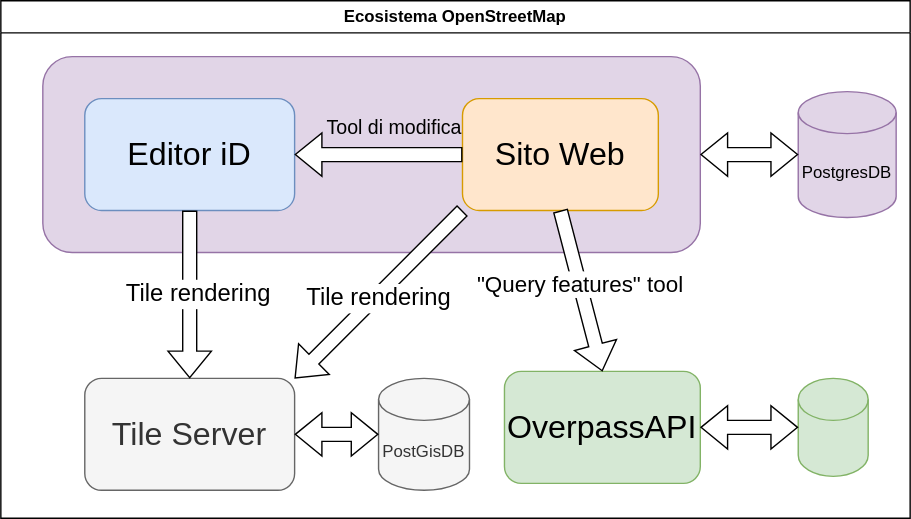
Earlier version of the draw.io export doc/images/diagramma-a-blocchi.svg (disit/OSM-for-snap4city). Source tidied: cells renumbered, new cells last; positions are measured from the earlier drawing's top-left corner, leaving out a move shared by most shapes. Source of this version:
```xml
<mxGraphModel>
  <root>
    <mxCell id="0" />
    <mxCell id="1" parent="0" />
    <mxCell id="2" value="&lt;div&gt;Ecosistema OpenStreetMap&lt;/div&gt;" style="swimlane;whiteSpace=wrap;html=1;" parent="1" vertex="1">
      <mxGeometry width="650" height="370" as="geometry" />
    </mxCell>
    <mxCell id="3" style="rounded=1;whiteSpace=wrap;html=1;fillColor=#e1d5e7;strokeColor=#9673a6;" parent="2" vertex="1">
      <mxGeometry x="30" y="40" width="470" height="140" as="geometry" />
    </mxCell>
    <mxCell id="4" value="&lt;div style=&quot;font-size: 13px;&quot;&gt;&lt;font style=&quot;font-size: 23px;&quot;&gt;Editor iD&lt;/font&gt;&lt;/div&gt;" style="rounded=1;whiteSpace=wrap;html=1;fillColor=#dae8fc;strokeColor=#6c8ebf;" parent="2" vertex="1">
      <mxGeometry x="60" y="70" width="150" height="80" as="geometry" />
    </mxCell>
    <mxCell id="5" value="&lt;div style=&quot;font-size: 13px;&quot;&gt;&lt;font style=&quot;font-size: 23px;&quot;&gt;Sito Web&lt;/font&gt;&lt;/div&gt;" style="rounded=1;whiteSpace=wrap;html=1;fillColor=#ffe6cc;strokeColor=#d79b00;" parent="2" vertex="1">
      <mxGeometry x="330" y="70" width="140" height="80" as="geometry" />
    </mxCell>
    <mxCell id="6" value="&lt;div style=&quot;font-size: 20px;&quot;&gt;&lt;font style=&quot;font-size: 23px;&quot;&gt;Tile Server&lt;/font&gt;&lt;/div&gt;" style="rounded=1;whiteSpace=wrap;html=1;fillColor=#f5f5f5;fontColor=#333333;strokeColor=#666666;" parent="2" vertex="1">
      <mxGeometry x="60" y="270" width="150" height="80" as="geometry" />
    </mxCell>
    <mxCell id="7" value="&lt;font style=&quot;font-size: 23px;&quot;&gt;OverpassAPI&lt;/font&gt;" style="rounded=1;whiteSpace=wrap;html=1;fillColor=#d5e8d4;strokeColor=#82b366;" parent="2" vertex="1">
      <mxGeometry x="360" y="265" width="140" height="80" as="geometry" />
    </mxCell>
    <mxCell id="8" style="shape=flexArrow;endArrow=classic;html=1;rounded=0;entryX=1;entryY=0.5;entryDx=0;entryDy=0;exitX=0;exitY=0.5;exitDx=0;exitDy=0;fillColor=default;" parent="2" edge="1" source="5" target="4">
      <mxGeometry relative="1" as="geometry" />
    </mxCell>
    <mxCell id="9" value="&lt;div style=&quot;font-size: 14px;&quot;&gt;Tool di modifica&lt;/div&gt;" style="edgeLabel;html=1;align=center;verticalAlign=middle;fontSize=14;labelBackgroundColor=none;" parent="8" vertex="1">
      <mxGeometry x="-0.1" y="3" relative="1" as="geometry">
        <mxPoint x="4" y="-23" as="offset" />
      </mxGeometry>
    </mxCell>
    <mxCell id="10" style="shape=flexArrow;endArrow=classic;html=1;rounded=0;entryX=0.5;entryY=0;entryDx=0;entryDy=0;exitX=0.5;exitY=1;exitDx=0;exitDy=0;fontSize=18;fillColor=default;" parent="2" edge="1" source="5" target="7">
      <mxGeometry relative="1" as="geometry" />
    </mxCell>
    <mxCell id="11" value="&lt;div style=&quot;font-size: 16px;&quot;&gt;&quot;Query features&quot; tool&lt;/div&gt;" style="edgeLabel;html=1;align=center;verticalAlign=middle;fontSize=16;labelBackgroundColor=default;" parent="10" vertex="1">
      <mxGeometry x="-0.08" relative="1" as="geometry" />
    </mxCell>
    <mxCell id="12" style="shape=flexArrow;endArrow=classic;html=1;rounded=0;entryX=1;entryY=0;entryDx=0;entryDy=0;exitX=0;exitY=1;exitDx=0;exitDy=0;fontSize=10;fillColor=default;" parent="2" edge="1" source="5" target="6">
      <mxGeometry relative="1" as="geometry" />
    </mxCell>
    <mxCell id="13" value="U" style="edgeLabel;html=1;align=center;verticalAlign=middle;" parent="12" vertex="1">
      <mxGeometry x="0.05" y="1" relative="1" as="geometry" />
    </mxCell>
    <mxCell id="14" value="&lt;div style=&quot;font-size: 17px;&quot;&gt;Tile rendering&lt;/div&gt;" style="edgeLabel;html=1;align=center;verticalAlign=middle;fontSize=17;" parent="12" vertex="1">
      <mxGeometry x="0.03" y="1" relative="1" as="geometry" />
    </mxCell>
    <mxCell id="15" style="shape=flexArrow;endArrow=classic;html=1;rounded=0;entryX=0.5;entryY=0;entryDx=0;entryDy=0;exitX=0.5;exitY=1;exitDx=0;exitDy=0;fillColor=default;" parent="2" edge="1" source="4" target="6">
      <mxGeometry relative="1" as="geometry" />
    </mxCell>
    <mxCell id="16" value="&lt;div style=&quot;font-size: 17px;&quot;&gt;Tile rendering&lt;/div&gt;" style="edgeLabel;html=1;align=center;verticalAlign=middle;fontSize=17;" parent="15" vertex="1">
      <mxGeometry x="-0.02" y="5" relative="1" as="geometry" />
    </mxCell>
    <mxCell id="17" value="&lt;div&gt;PostgresDB&lt;/div&gt;" style="shape=cylinder3;whiteSpace=wrap;html=1;boundedLbl=1;backgroundOutline=1;size=15;fillColor=#e1d5e7;strokeColor=#9673a6;" parent="2" vertex="1">
      <mxGeometry x="570" y="65" width="70" height="90" as="geometry" />
    </mxCell>
    <mxCell id="18" value="PostGisDB" style="shape=cylinder3;whiteSpace=wrap;html=1;boundedLbl=1;backgroundOutline=1;size=15;fillColor=#f5f5f5;fontColor=#333333;strokeColor=#666666;" parent="2" vertex="1">
      <mxGeometry x="270" y="270" width="65" height="80" as="geometry" />
    </mxCell>
    <mxCell id="19" style="shape=flexArrow;endArrow=classic;startArrow=classic;html=1;rounded=0;exitX=1;exitY=0.5;exitDx=0;exitDy=0;entryX=0;entryY=0.5;entryDx=0;entryDy=0;entryPerimeter=0;fillColor=default;" parent="2" edge="1" source="6" target="18">
      <mxGeometry relative="1" as="geometry" />
    </mxCell>
    <mxCell id="20" style="shape=flexArrow;endArrow=classic;startArrow=classic;html=1;rounded=0;entryX=0;entryY=0.5;entryDx=0;entryDy=0;entryPerimeter=0;exitX=1;exitY=0.5;exitDx=0;exitDy=0;fillColor=default;" parent="2" edge="1" source="3" target="17">
      <mxGeometry relative="1" as="geometry" />
    </mxCell>
    <mxCell id="21" style="shape=cylinder3;whiteSpace=wrap;html=1;boundedLbl=1;backgroundOutline=1;size=15;fillColor=#d5e8d4;strokeColor=#82b366;" parent="2" vertex="1">
      <mxGeometry x="570" y="270" width="50" height="70" as="geometry" />
    </mxCell>
    <mxCell id="22" style="shape=flexArrow;endArrow=classic;startArrow=classic;html=1;rounded=0;exitX=1;exitY=0.5;exitDx=0;exitDy=0;entryX=0;entryY=0.5;entryDx=0;entryDy=0;entryPerimeter=0;fillColor=default;" parent="2" edge="1" source="7" target="21">
      <mxGeometry relative="1" as="geometry" />
    </mxCell>
  </root>
</mxGraphModel>
```
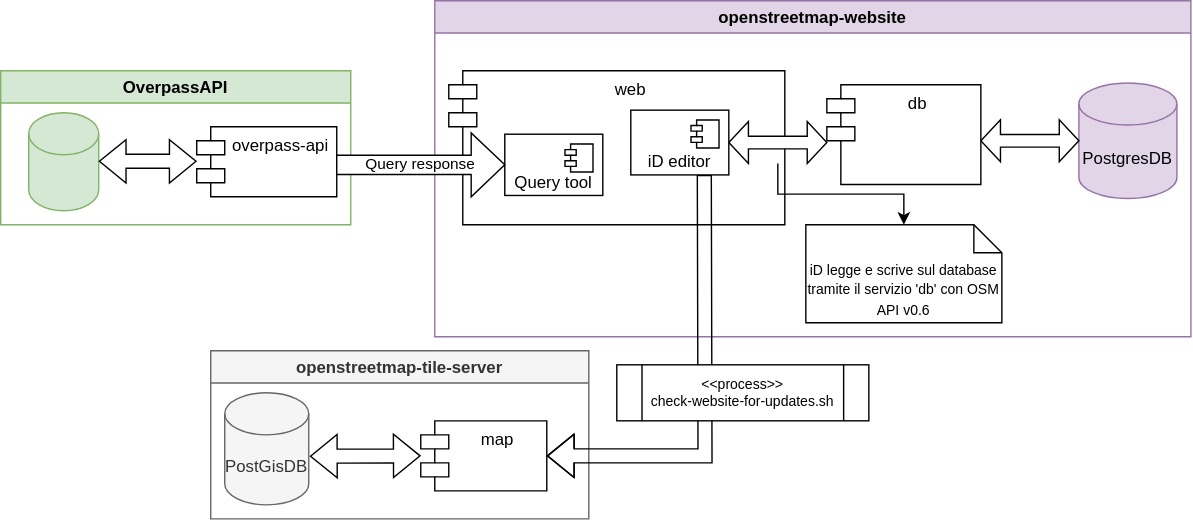
The same diagram one commit later.

The edit, as a diff of the source:
```diff
@@ -2,70 +2,85 @@
   <root>
     <mxCell id="0" />
     <mxCell id="1" parent="0" />
-    <mxCell id="2" value="&lt;div&gt;Ecosistema OpenStreetMap&lt;/div&gt;" style="swimlane;whiteSpace=wrap;html=1;" parent="1" vertex="1">
-      <mxGeometry width="650" height="370" as="geometry" />
-    </mxCell>
-    <mxCell id="3" style="rounded=1;whiteSpace=wrap;html=1;fillColor=#e1d5e7;strokeColor=#9673a6;" parent="2" vertex="1">
-      <mxGeometry x="30" y="40" width="470" height="140" as="geometry" />
-    </mxCell>
-    <mxCell id="4" value="&lt;div style=&quot;font-size: 13px;&quot;&gt;&lt;font style=&quot;font-size: 23px;&quot;&gt;Editor iD&lt;/font&gt;&lt;/div&gt;" style="rounded=1;whiteSpace=wrap;html=1;fillColor=#dae8fc;strokeColor=#6c8ebf;" parent="2" vertex="1">
-      <mxGeometry x="60" y="70" width="150" height="80" as="geometry" />
-    </mxCell>
-    <mxCell id="5" value="&lt;div style=&quot;font-size: 13px;&quot;&gt;&lt;font style=&quot;font-size: 23px;&quot;&gt;Sito Web&lt;/font&gt;&lt;/div&gt;" style="rounded=1;whiteSpace=wrap;html=1;fillColor=#ffe6cc;strokeColor=#d79b00;" parent="2" vertex="1">
-      <mxGeometry x="330" y="70" width="140" height="80" as="geometry" />
-    </mxCell>
-    <mxCell id="6" value="&lt;div style=&quot;font-size: 20px;&quot;&gt;&lt;font style=&quot;font-size: 23px;&quot;&gt;Tile Server&lt;/font&gt;&lt;/div&gt;" style="rounded=1;whiteSpace=wrap;html=1;fillColor=#f5f5f5;fontColor=#333333;strokeColor=#666666;" parent="2" vertex="1">
-      <mxGeometry x="60" y="270" width="150" height="80" as="geometry" />
-    </mxCell>
-    <mxCell id="7" value="&lt;font style=&quot;font-size: 23px;&quot;&gt;OverpassAPI&lt;/font&gt;" style="rounded=1;whiteSpace=wrap;html=1;fillColor=#d5e8d4;strokeColor=#82b366;" parent="2" vertex="1">
-      <mxGeometry x="360" y="265" width="140" height="80" as="geometry" />
+    <mxCell id="7" value="OverpassAPI" style="swimlane;fillColor=#d5e8d4;strokeColor=#82b366;" parent="1" vertex="1">
+      <mxGeometry x="-90" width="250" height="110" as="geometry" />
     </mxCell>
-    <mxCell id="8" style="shape=flexArrow;endArrow=classic;html=1;rounded=0;entryX=1;entryY=0.5;entryDx=0;entryDy=0;exitX=0;exitY=0.5;exitDx=0;exitDy=0;fillColor=default;" parent="2" edge="1" source="5" target="4">
-      <mxGeometry relative="1" as="geometry" />
-    </mxCell>
-    <mxCell id="9" value="&lt;div style=&quot;font-size: 14px;&quot;&gt;Tool di modifica&lt;/div&gt;" style="edgeLabel;html=1;align=center;verticalAlign=middle;fontSize=14;labelBackgroundColor=none;" parent="8" vertex="1">
-      <mxGeometry x="-0.1" y="3" relative="1" as="geometry">
-        <mxPoint x="4" y="-23" as="offset" />
-      </mxGeometry>
-    </mxCell>
-    <mxCell id="10" style="shape=flexArrow;endArrow=classic;html=1;rounded=0;entryX=0.5;entryY=0;entryDx=0;entryDy=0;exitX=0.5;exitY=1;exitDx=0;exitDy=0;fontSize=18;fillColor=default;" parent="2" edge="1" source="5" target="7">
-      <mxGeometry relative="1" as="geometry" />
-    </mxCell>
-    <mxCell id="11" value="&lt;div style=&quot;font-size: 16px;&quot;&gt;&quot;Query features&quot; tool&lt;/div&gt;" style="edgeLabel;html=1;align=center;verticalAlign=middle;fontSize=16;labelBackgroundColor=default;" parent="10" vertex="1">
-      <mxGeometry x="-0.08" relative="1" as="geometry" />
-    </mxCell>
-    <mxCell id="12" style="shape=flexArrow;endArrow=classic;html=1;rounded=0;entryX=1;entryY=0;entryDx=0;entryDy=0;exitX=0;exitY=1;exitDx=0;exitDy=0;fontSize=10;fillColor=default;" parent="2" edge="1" source="5" target="6">
-      <mxGeometry relative="1" as="geometry" />
-    </mxCell>
-    <mxCell id="13" value="U" style="edgeLabel;html=1;align=center;verticalAlign=middle;" parent="12" vertex="1">
-      <mxGeometry x="0.05" y="1" relative="1" as="geometry" />
-    </mxCell>
-    <mxCell id="14" value="&lt;div style=&quot;font-size: 17px;&quot;&gt;Tile rendering&lt;/div&gt;" style="edgeLabel;html=1;align=center;verticalAlign=middle;fontSize=17;" parent="12" vertex="1">
-      <mxGeometry x="0.03" y="1" relative="1" as="geometry" />
-    </mxCell>
-    <mxCell id="15" style="shape=flexArrow;endArrow=classic;html=1;rounded=0;entryX=0.5;entryY=0;entryDx=0;entryDy=0;exitX=0.5;exitY=1;exitDx=0;exitDy=0;fillColor=default;" parent="2" edge="1" source="4" target="6">
-      <mxGeometry relative="1" as="geometry" />
-    </mxCell>
-    <mxCell id="16" value="&lt;div style=&quot;font-size: 17px;&quot;&gt;Tile rendering&lt;/div&gt;" style="edgeLabel;html=1;align=center;verticalAlign=middle;fontSize=17;" parent="15" vertex="1">
-      <mxGeometry x="-0.02" y="5" relative="1" as="geometry" />
-    </mxCell>
-    <mxCell id="17" value="&lt;div&gt;PostgresDB&lt;/div&gt;" style="shape=cylinder3;whiteSpace=wrap;html=1;boundedLbl=1;backgroundOutline=1;size=15;fillColor=#e1d5e7;strokeColor=#9673a6;" parent="2" vertex="1">
-      <mxGeometry x="570" y="65" width="70" height="90" as="geometry" />
-    </mxCell>
-    <mxCell id="18" value="PostGisDB" style="shape=cylinder3;whiteSpace=wrap;html=1;boundedLbl=1;backgroundOutline=1;size=15;fillColor=#f5f5f5;fontColor=#333333;strokeColor=#666666;" parent="2" vertex="1">
-      <mxGeometry x="270" y="270" width="65" height="80" as="geometry" />
-    </mxCell>
-    <mxCell id="19" style="shape=flexArrow;endArrow=classic;startArrow=classic;html=1;rounded=0;exitX=1;exitY=0.5;exitDx=0;exitDy=0;entryX=0;entryY=0.5;entryDx=0;entryDy=0;entryPerimeter=0;fillColor=default;" parent="2" edge="1" source="6" target="18">
-      <mxGeometry relative="1" as="geometry" />
-    </mxCell>
-    <mxCell id="20" style="shape=flexArrow;endArrow=classic;startArrow=classic;html=1;rounded=0;entryX=0;entryY=0.5;entryDx=0;entryDy=0;entryPerimeter=0;exitX=1;exitY=0.5;exitDx=0;exitDy=0;fillColor=default;" parent="2" edge="1" source="3" target="17">
-      <mxGeometry relative="1" as="geometry" />
-    </mxCell>
-    <mxCell id="21" style="shape=cylinder3;whiteSpace=wrap;html=1;boundedLbl=1;backgroundOutline=1;size=15;fillColor=#d5e8d4;strokeColor=#82b366;" parent="2" vertex="1">
-      <mxGeometry x="570" y="270" width="50" height="70" as="geometry" />
+    <mxCell id="21" style="shape=cylinder3;whiteSpace=wrap;html=1;boundedLbl=1;backgroundOutline=1;size=15;fillColor=#d5e8d4;strokeColor=#82b366;" parent="7" vertex="1">
+      <mxGeometry x="20" y="30" width="50" height="70" as="geometry" />
     </mxCell>
-    <mxCell id="22" style="shape=flexArrow;endArrow=classic;startArrow=classic;html=1;rounded=0;exitX=1;exitY=0.5;exitDx=0;exitDy=0;entryX=0;entryY=0.5;entryDx=0;entryDy=0;entryPerimeter=0;fillColor=default;" parent="2" edge="1" source="7" target="21">
-      <mxGeometry relative="1" as="geometry" />
+    <mxCell id="22" style="shape=flexArrow;endArrow=classic;startArrow=classic;html=1;rounded=0;entryX=1;entryY=0.5;entryDx=0;entryDy=0;entryPerimeter=0;fillColor=default;" parent="7" edge="1">
+      <mxGeometry relative="1" as="geometry">
+        <mxPoint x="140" y="64.7" as="sourcePoint" />
+        <mxPoint x="70" y="64.7" as="targetPoint" />
+      </mxGeometry>
     </mxCell>
+    <mxCell id="23" value="overpass-api" style="shape=module;align=left;spacingLeft=20;align=center;verticalAlign=top;whiteSpace=wrap;html=1;" parent="7" vertex="1">
+      <mxGeometry x="140" y="40" width="100" height="50" as="geometry" />
+    </mxCell>
+    <mxCell id="24" value="openstreetmap-website" style="swimlane;fillColor=#e1d5e7;strokeColor=#9673a6;" parent="1" vertex="1">
+      <mxGeometry x="220" y="-50" width="540" height="240" as="geometry" />
+    </mxCell>
+    <mxCell id="25" value="&lt;div&gt;web&lt;/div&gt;" style="shape=module;align=left;spacingLeft=20;align=center;verticalAlign=top;whiteSpace=wrap;html=1;" parent="24" vertex="1">
+      <mxGeometry x="10" y="50" width="240" height="110" as="geometry" />
+    </mxCell>
+    <mxCell id="26" value="db" style="shape=module;align=left;spacingLeft=20;align=center;verticalAlign=top;whiteSpace=wrap;html=1;" parent="24" vertex="1">
+      <mxGeometry x="280" y="60" width="110" height="71.2" as="geometry" />
+    </mxCell>
+    <mxCell id="17" value="&lt;div&gt;PostgresDB&lt;/div&gt;" style="shape=cylinder3;whiteSpace=wrap;html=1;boundedLbl=1;backgroundOutline=1;size=15;fillColor=#e1d5e7;strokeColor=#9673a6;" parent="24" vertex="1">
+      <mxGeometry x="460" y="58.8" width="70" height="82.5" as="geometry" />
+    </mxCell>
+    <mxCell id="27" style="shape=doubleArrow;whiteSpace=wrap;html=1;" parent="24" vertex="1">
+      <mxGeometry x="390" y="85" width="70" height="30" as="geometry" />
+    </mxCell>
+    <mxCell id="28" style="edgeStyle=orthogonalEdgeStyle;rounded=0;jettySize=auto;html=1;" parent="24" edge="1" source="29" target="32">
+      <mxGeometry relative="1" as="geometry" />
+    </mxCell>
+    <mxCell id="29" value="&lt;div&gt;&lt;br&gt;&lt;/div&gt;&lt;div&gt;&lt;br&gt;&lt;/div&gt;" style="shape=doubleArrow;whiteSpace=wrap;html=1;align=center;labelPosition=center;verticalLabelPosition=top;verticalAlign=bottom;labelBackgroundColor=none;labelBorderColor=none;" parent="24" vertex="1">
+      <mxGeometry x="210" y="86.2" width="70" height="30" as="geometry" />
+    </mxCell>
+    <mxCell id="30" value="&lt;div&gt;iD editor&lt;/div&gt;" style="html=1;whiteSpace=wrap;verticalAlign=bottom;" parent="24" vertex="1">
+      <mxGeometry x="140" y="78.1" width="70" height="46.2" as="geometry" />
+    </mxCell>
+    <mxCell id="31" style="shape=module;jettyWidth=8;jettyHeight=4;" parent="30" vertex="1">
+      <mxGeometry x="1" width="20" height="20" relative="1" as="geometry">
+        <mxPoint x="-27" y="7" as="offset" />
+      </mxGeometry>
+    </mxCell>
+    <mxCell id="32" value="&lt;font style=&quot;font-size: 10px;&quot;&gt;iD legge e scrive sul database tramite il servizio 'db' con OSM API v0.6&lt;br&gt;&lt;/font&gt;" style="shape=note;size=20;whiteSpace=wrap;html=1;labelPosition=center;verticalLabelPosition=middle;align=center;verticalAlign=bottom;horizontal=1;spacing=2;" parent="24" vertex="1">
+      <mxGeometry x="265" y="160" width="140" height="70" as="geometry" />
+    </mxCell>
+    <mxCell id="33" value="Query tool" style="html=1;whiteSpace=wrap;verticalAlign=bottom;" parent="24" vertex="1">
+      <mxGeometry x="50" y="95.3" width="70" height="43.8" as="geometry" />
+    </mxCell>
+    <mxCell id="34" style="shape=module;jettyWidth=8;jettyHeight=4;" parent="33" vertex="1">
+      <mxGeometry x="1" width="20" height="20" relative="1" as="geometry">
+        <mxPoint x="-27" y="7" as="offset" />
+      </mxGeometry>
+    </mxCell>
+    <mxCell id="35" value="Query response" style="shape=singleArrow;whiteSpace=wrap;html=1;fontSize=11;labelPosition=center;verticalLabelPosition=middle;align=center;verticalAlign=middle;" parent="24" vertex="1">
+      <mxGeometry x="-70" y="94.4" width="120" height="45.6" as="geometry" />
+    </mxCell>
+    <mxCell id="36" value="openstreetmap-tile-server" style="swimlane;fillColor=#f5f5f5;fontColor=#333333;strokeColor=#666666;" parent="1" vertex="1">
+      <mxGeometry x="60" y="200" width="270" height="120" as="geometry" />
+    </mxCell>
+    <mxCell id="18" value="PostGisDB" style="shape=cylinder3;whiteSpace=wrap;html=1;boundedLbl=1;backgroundOutline=1;size=15;fillColor=#f5f5f5;fontColor=#333333;strokeColor=#666666;" parent="36" vertex="1">
+      <mxGeometry x="10" y="30" width="60" height="80" as="geometry" />
+    </mxCell>
+    <mxCell id="37" value="map" style="shape=module;align=left;spacingLeft=20;align=center;verticalAlign=top;whiteSpace=wrap;html=1;" parent="36" vertex="1">
+      <mxGeometry x="150" y="50" width="90" height="50" as="geometry" />
+    </mxCell>
+    <mxCell id="19" style="shape=flexArrow;endArrow=classic;startArrow=classic;html=1;rounded=0;fillColor=default;exitX=0;exitY=0.5;exitDx=0;exitDy=0;exitPerimeter=0;entryX=1.013;entryY=0.566;entryDx=0;entryDy=0;entryPerimeter=0;" parent="36" edge="1" source="37" target="18">
+      <mxGeometry relative="1" as="geometry" />
+    </mxCell>
+    <mxCell id="38" style="shape=flexArrow;endArrow=classic;html=1;rounded=0;entryX=1;entryY=0.5;entryDx=0;entryDy=0;exitX=0.75;exitY=1;exitDx=0;exitDy=0;" parent="1" edge="1" source="30" target="37">
+      <mxGeometry relative="1" as="geometry">
+        <Array as="points">
+          <mxPoint x="413" y="275" />
+        </Array>
+      </mxGeometry>
+    </mxCell>
+    <mxCell id="39" value="&amp;lt;&amp;lt;process&amp;gt;&amp;gt;&lt;br&gt;&lt;div&gt;check-website-for-updates.sh&lt;/div&gt;" style="shape=process;whiteSpace=wrap;html=1;backgroundOutline=1;fontSize=10;" parent="1" vertex="1">
+      <mxGeometry x="350" y="210" width="180" height="40" as="geometry" />
+    </mxCell>
   </root>
 </mxGraphModel>
```
